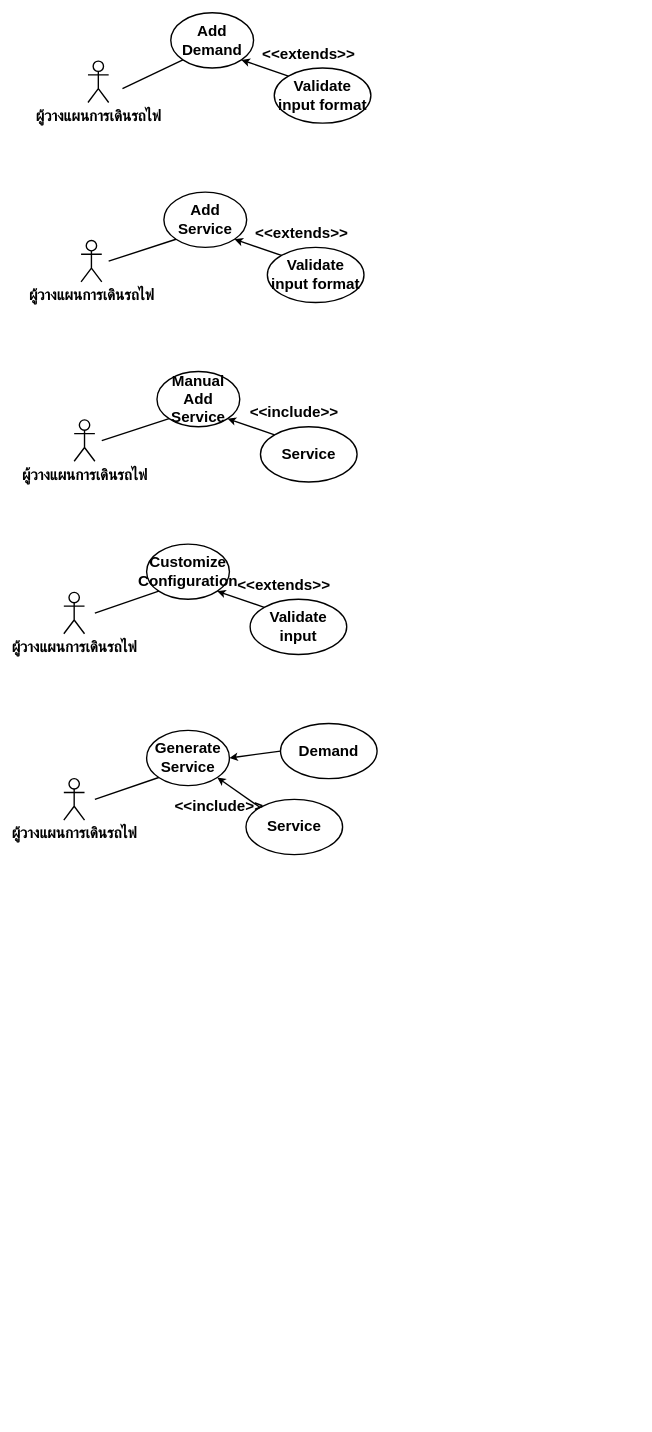
The draw.io diagram Service_plan_form/Resources/UseCase1_add_demand.drawio in atchapcyp/service_plan_form, before the edit. Source tidied: cells renumbered, new cells numbered last; positions are measured from the earlier drawing's top-left corner, leaving out a move shared by most shapes. Both pictures are drawn from the tidied source at 69%, with x=0, y=0 at pixel (63, 12).
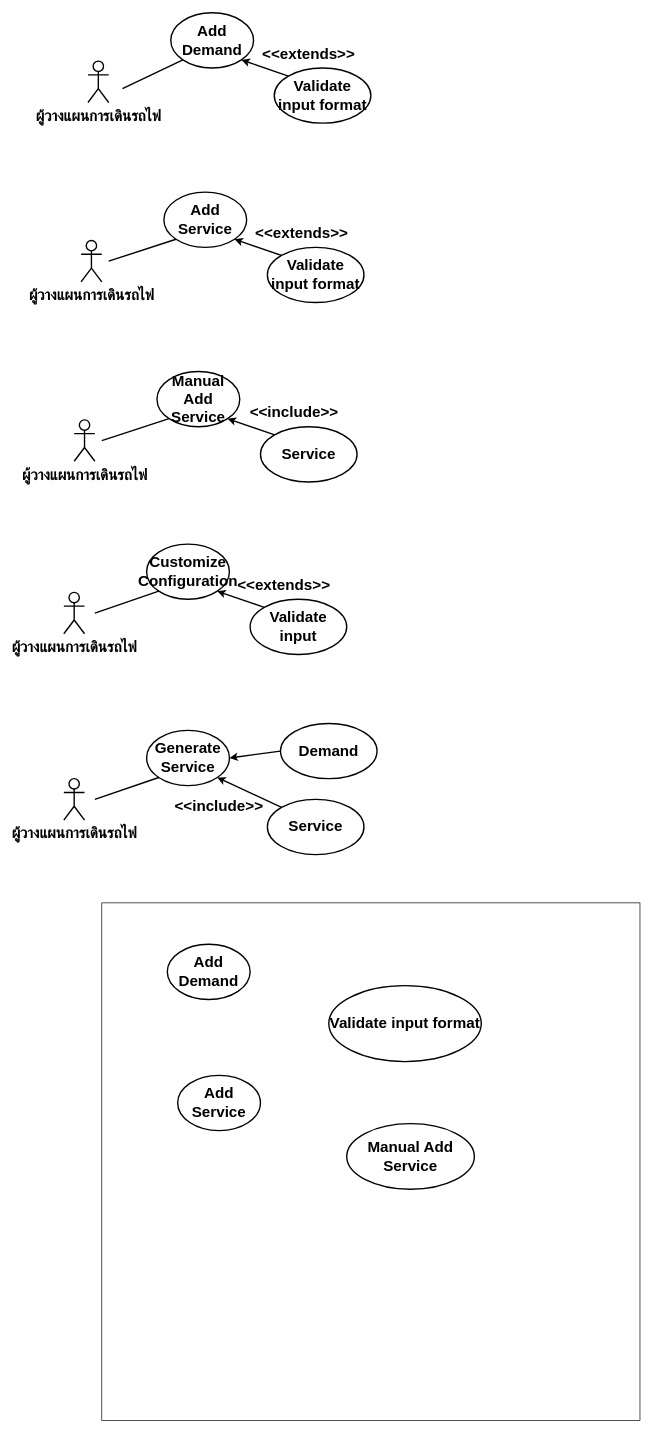
The same diagram, later.

What changed in the source:
```diff
@@
     <mxCell id="28" value="Service" style="ellipse;whiteSpace=wrap;html=1;strokeWidth=2;fontFamily=TH Sarabun New;fontSize=22;fontStyle=1;" parent="1" vertex="1">
-      <mxGeometry x="264" y="1140" width="140" height="80" as="geometry" />
+      <mxGeometry x="295" y="1140" width="140" height="80" as="geometry" />
     </mxCell>
@@
+    <mxCell id="34" style="rounded=0;whiteSpace=wrap;html=1;" parent="1" vertex="1">
+      <mxGeometry x="55" y="1290" width="780" height="750" as="geometry" />
+    </mxCell>
+    <mxCell id="35" value="Add Demand" style="ellipse;whiteSpace=wrap;html=1;strokeWidth=2;fontFamily=TH Sarabun New;fontSize=22;fontStyle=1;" parent="1" vertex="1">
+      <mxGeometry x="150" y="1350" width="120" height="80" as="geometry" />
+    </mxCell>
+    <mxCell id="36" value="Add Service" style="ellipse;whiteSpace=wrap;html=1;strokeWidth=2;fontFamily=TH Sarabun New;fontSize=22;fontStyle=1;" parent="1" vertex="1">
+      <mxGeometry x="165" y="1540" width="120" height="80" as="geometry" />
+    </mxCell>
+    <mxCell id="37" value="Manual Add Service" style="ellipse;whiteSpace=wrap;html=1;strokeWidth=2;fontFamily=TH Sarabun New;fontSize=22;fontStyle=1;" parent="1" vertex="1">
+      <mxGeometry x="410" y="1610" width="185" height="95" as="geometry" />
+    </mxCell>
+    <mxCell id="38" value="Validate input format" style="ellipse;whiteSpace=wrap;html=1;strokeWidth=2;fontFamily=TH Sarabun New;fontSize=22;fontStyle=1;" parent="1" vertex="1">
+      <mxGeometry x="384" y="1410" width="221" height="110" as="geometry" />
+    </mxCell>
```
